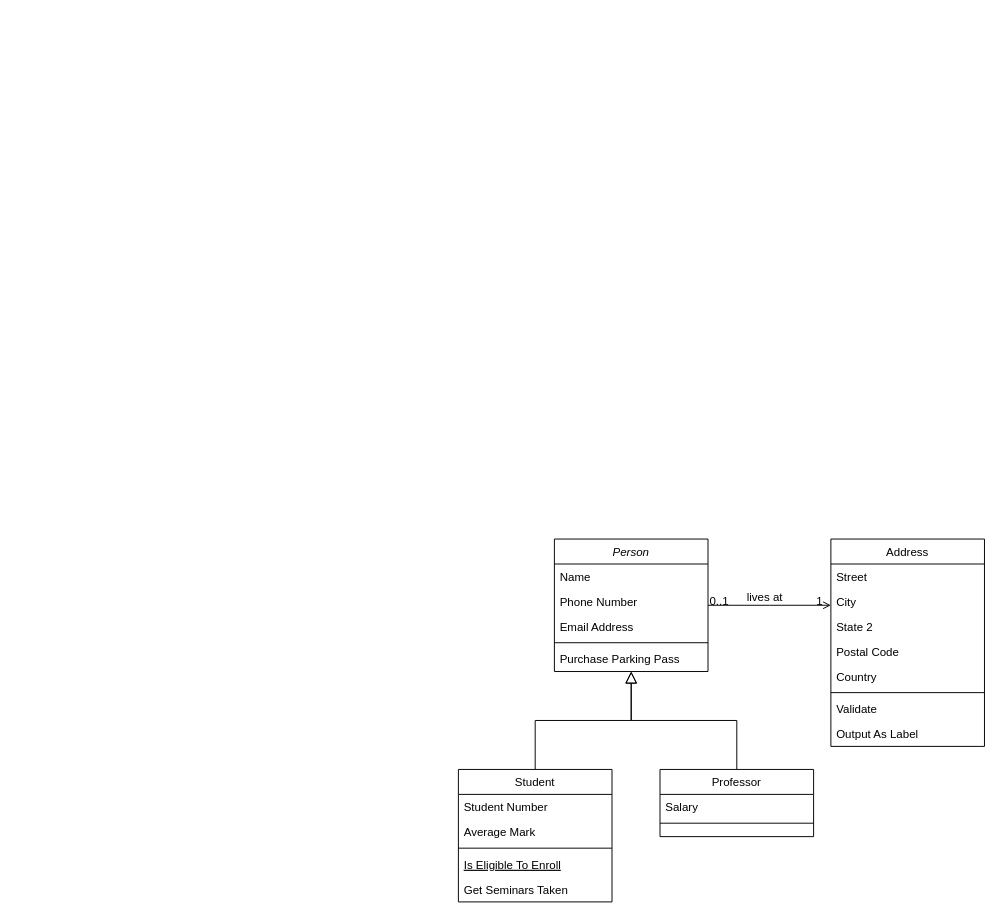
Before: page "Page-1" (1 of 2) of Untitled Diagram.drawio in santiago-a-serrano/evoopt-diagram, a draw.io diagram. Source tidied: cells renumbered, new cells numbered last; positions are measured from the earlier drawing's top-left corner, leaving out a move shared by most shapes. Both pictures are drawn from the tidied source at 96%, with x=0, y=0 at pixel (458, 539).
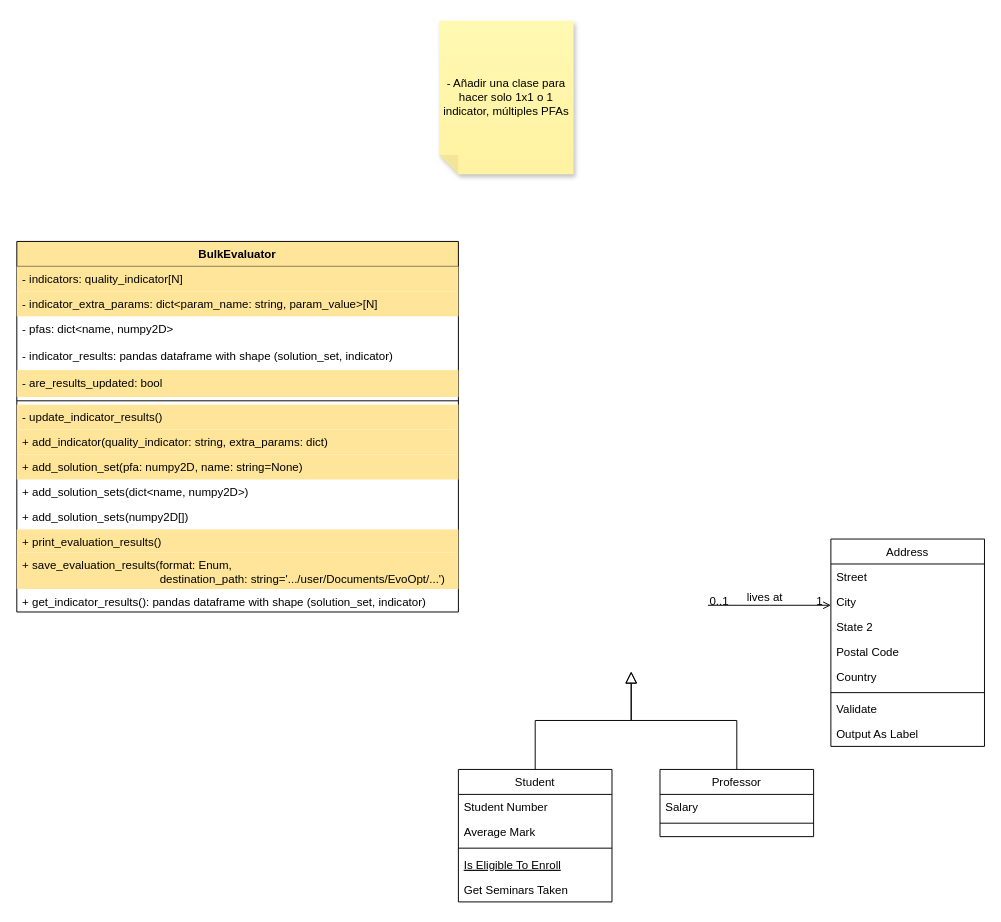
Above is the later version.

Commit message:
Add BulkEvaluator class

The change refers to these unchanged cells:
```xml
<mxCell id="8" value="Student" style="swimlane;fontStyle=0;align=center;verticalAlign=top;horizontal=1;startSize=26;rounded=0;shadow=0;strokeWidth=1;" parent="1" vertex="1">
  <mxGeometry y="240" width="160" height="138" as="geometry" />
</mxCell>
<mxCell id="15" value="Professor" style="swimlane;fontStyle=0;align=center;verticalAlign=top;horizontal=1;startSize=26;rounded=0;shadow=0;strokeWidth=1;" parent="1" vertex="1">
  <mxGeometry x="210" y="240" width="160" height="70" as="geometry" />
</mxCell>
<mxCell id="19" value="Address" style="swimlane;fontStyle=0;align=center;verticalAlign=top;horizontal=1;startSize=26;rounded=0;shadow=0;strokeWidth=1;" parent="1" vertex="1">
  <mxGeometry x="388" width="160" height="216" as="geometry" />
</mxCell>
```

Change to the diagram source:
```diff
@@
-    <mxCell id="2" value="Person" style="swimlane;fontStyle=2;align=center;verticalAlign=top;horizontal=1;startSize=26;rounded=0;shadow=0;strokeWidth=1;" parent="1" vertex="1">
-      <mxGeometry x="100" width="160" height="138" as="geometry" />
+    <mxCell id="2" value="BulkEvaluator" style="swimlane;fontStyle=1;align=center;verticalAlign=top;horizontal=1;startSize=26;rounded=0;shadow=0;strokeWidth=1;fillColor=#FFE599;" parent="1" vertex="1">
+      <mxGeometry x="-460" y="-310" width="460" height="386" as="geometry" />
     </mxCell>
-    <mxCell id="3" value="Name" style="text;align=left;verticalAlign=top;spacingLeft=4;spacingRight=4;overflow=hidden;" parent="2" vertex="1">
-      <mxGeometry y="26" width="160" height="26" as="geometry" />
+    <mxCell id="3" value="- indicators: quality_indicator[N]" style="text;align=left;verticalAlign=top;spacingLeft=4;spacingRight=4;overflow=hidden;fillColor=#FFE599;" parent="2" vertex="1">
+      <mxGeometry y="26" width="460" height="26" as="geometry" />
     </mxCell>
+    <mxCell id="5" value="- indicator_extra_params: dict&lt;param_name: string, param_value&gt;[N]" style="text;align=left;verticalAlign=top;spacingLeft=4;spacingRight=4;overflow=hidden;rounded=0;shadow=0;html=0;fillColor=#FFE599;" parent="2" vertex="1">
+      <mxGeometry y="52" width="460" height="26" as="geometry" />
+    </mxCell>
-    <mxCell id="4" value="Phone Number" style="text;align=left;verticalAlign=top;spacingLeft=4;spacingRight=4;overflow=hidden;rounded=0;shadow=0;html=0;" parent="2" vertex="1">
-      <mxGeometry y="52" width="160" height="26" as="geometry" />
+    <mxCell id="4" value="- pfas: dict&lt;name, numpy2D&gt;" style="text;align=left;verticalAlign=top;spacingLeft=4;spacingRight=4;overflow=hidden;rounded=0;shadow=0;html=0;" parent="2" vertex="1">
+      <mxGeometry y="78" width="460" height="28" as="geometry" />
     </mxCell>
-    <mxCell id="5" value="Email Address" style="text;align=left;verticalAlign=top;spacingLeft=4;spacingRight=4;overflow=hidden;rounded=0;shadow=0;html=0;" parent="2" vertex="1">
-      <mxGeometry y="78" width="160" height="26" as="geometry" />
-    </mxCell>
+    <mxCell id="32" value="- indicator_results: pandas dataframe with shape (solution_set, indicator)" style="text;align=left;verticalAlign=top;spacingLeft=4;spacingRight=4;overflow=hidden;rounded=0;shadow=0;html=0;" parent="2" vertex="1">
+      <mxGeometry y="106" width="460" height="28" as="geometry" />
+    </mxCell>
+    <mxCell id="33" value="- are_results_updated: bool" style="text;align=left;verticalAlign=top;spacingLeft=4;spacingRight=4;overflow=hidden;rounded=0;shadow=0;html=0;fillColor=#FFE599;" parent="2" vertex="1">
+      <mxGeometry y="134" width="460" height="28" as="geometry" />
+    </mxCell>
     <mxCell id="6" style="line;html=1;strokeWidth=1;align=left;verticalAlign=middle;spacingTop=-1;spacingLeft=3;spacingRight=3;labelPosition=right;" parent="2" vertex="1">
-      <mxGeometry y="104" width="160" height="8" as="geometry" />
+      <mxGeometry y="162" width="460" height="8" as="geometry" />
     </mxCell>
+    <mxCell id="34" value="- update_indicator_results()" style="text;align=left;verticalAlign=top;spacingLeft=4;spacingRight=4;overflow=hidden;fillColor=#FFE599;" parent="2" vertex="1">
+      <mxGeometry y="170" width="460" height="26" as="geometry" />
+    </mxCell>
-    <mxCell id="7" value="Purchase Parking Pass" style="text;align=left;verticalAlign=top;spacingLeft=4;spacingRight=4;overflow=hidden;" parent="2" vertex="1">
-      <mxGeometry y="112" width="160" height="26" as="geometry" />
+    <mxCell id="7" value="+ add_indicator(quality_indicator: string, extra_params: dict)" style="text;align=left;verticalAlign=top;spacingLeft=4;spacingRight=4;overflow=hidden;fillColor=#FFE599;" parent="2" vertex="1">
+      <mxGeometry y="196" width="460" height="26" as="geometry" />
     </mxCell>
+    <mxCell id="35" value="+ add_solution_set(pfa: numpy2D, name: string=None)" style="text;align=left;verticalAlign=top;spacingLeft=4;spacingRight=4;overflow=hidden;strokeColor=none;fillColor=#FFE599;" parent="2" vertex="1">
+      <mxGeometry y="222" width="460" height="26" as="geometry" />
+    </mxCell>
+    <mxCell id="36" value="+ add_solution_sets(dict&lt;name, numpy2D&gt;)" style="text;align=left;verticalAlign=top;spacingLeft=4;spacingRight=4;overflow=hidden;" parent="2" vertex="1">
+      <mxGeometry y="248" width="460" height="26" as="geometry" />
+    </mxCell>
+    <mxCell id="37" value="+ add_solution_sets(numpy2D[])" style="text;align=left;verticalAlign=top;spacingLeft=4;spacingRight=4;overflow=hidden;" parent="2" vertex="1">
+      <mxGeometry y="274" width="460" height="26" as="geometry" />
+    </mxCell>
+    <mxCell id="38" value="+ print_evaluation_results()" style="text;align=left;verticalAlign=top;spacingLeft=4;spacingRight=4;overflow=hidden;fillColor=#FFE599;" parent="2" vertex="1">
+      <mxGeometry y="300" width="460" height="24" as="geometry" />
+    </mxCell>
+    <mxCell id="39" value="+ save_evaluation_results(format: Enum, &#10;                                           destination_path: string='.../user/Documents/EvoOpt/...')" style="text;align=left;verticalAlign=top;spacingLeft=4;spacingRight=4;overflow=hidden;fillColor=#FFE599;" parent="2" vertex="1">
+      <mxGeometry y="324" width="460" height="38" as="geometry" />
+    </mxCell>
+    <mxCell id="40" value="+ get_indicator_results(): pandas dataframe with shape (solution_set, indicator)" style="text;align=left;verticalAlign=top;spacingLeft=4;spacingRight=4;overflow=hidden;fillColor=none;" parent="2" vertex="1">
+      <mxGeometry y="362" width="460" height="24" as="geometry" />
+    </mxCell>
@@
-    <mxCell id="14" style="endArrow=block;endSize=10;endFill=0;shadow=0;strokeWidth=1;rounded=0;edgeStyle=elbowEdgeStyle;elbow=vertical;" parent="1" edge="1" source="8" target="2">
-      <mxGeometry relative="1" as="geometry" />
+    <mxCell id="14" style="endArrow=block;endSize=10;endFill=0;shadow=0;strokeWidth=1;rounded=0;edgeStyle=elbowEdgeStyle;elbow=vertical;" parent="1" edge="1" source="8">
+      <mxGeometry relative="1" as="geometry">
+        <mxPoint x="180" y="138" as="targetPoint" />
+      </mxGeometry>
     </mxCell>
@@
-    <mxCell id="18" style="endArrow=block;endSize=10;endFill=0;shadow=0;strokeWidth=1;rounded=0;edgeStyle=elbowEdgeStyle;elbow=vertical;" parent="1" edge="1" source="15" target="2">
-      <mxGeometry relative="1" as="geometry" />
+    <mxCell id="18" style="endArrow=block;endSize=10;endFill=0;shadow=0;strokeWidth=1;rounded=0;edgeStyle=elbowEdgeStyle;elbow=vertical;" parent="1" edge="1" source="15">
+      <mxGeometry relative="1" as="geometry">
+        <mxPoint x="180" y="138" as="targetPoint" />
+      </mxGeometry>
     </mxCell>
@@
-    <mxCell id="28" style="endArrow=open;shadow=0;strokeWidth=1;rounded=0;endFill=1;edgeStyle=elbowEdgeStyle;elbow=vertical;" parent="1" edge="1" source="2" target="19">
+    <mxCell id="28" style="endArrow=open;shadow=0;strokeWidth=1;rounded=0;endFill=1;edgeStyle=elbowEdgeStyle;elbow=vertical;" parent="1" edge="1" target="19">
       <mxGeometry x="0.5" y="41" relative="1" as="geometry">
+        <mxPoint x="260" y="69" as="sourcePoint" />
         <mxPoint x="-40" y="32" as="offset" />
       </mxGeometry>
     </mxCell>
@@
+    <mxCell id="41" value="- Añadir una clase para hacer solo 1x1 o 1 indicator, múltiples PFAs" style="shape=note;whiteSpace=wrap;html=1;backgroundOutline=1;fontColor=#000000;darkOpacity=0.05;fillColor=#FFF9B2;strokeColor=none;fillStyle=solid;direction=west;gradientDirection=north;gradientColor=#FFF2A1;shadow=1;size=20;" parent="1" vertex="1">
+      <mxGeometry x="-20" y="-540" width="140" height="160" as="geometry" />
+    </mxCell>
```
